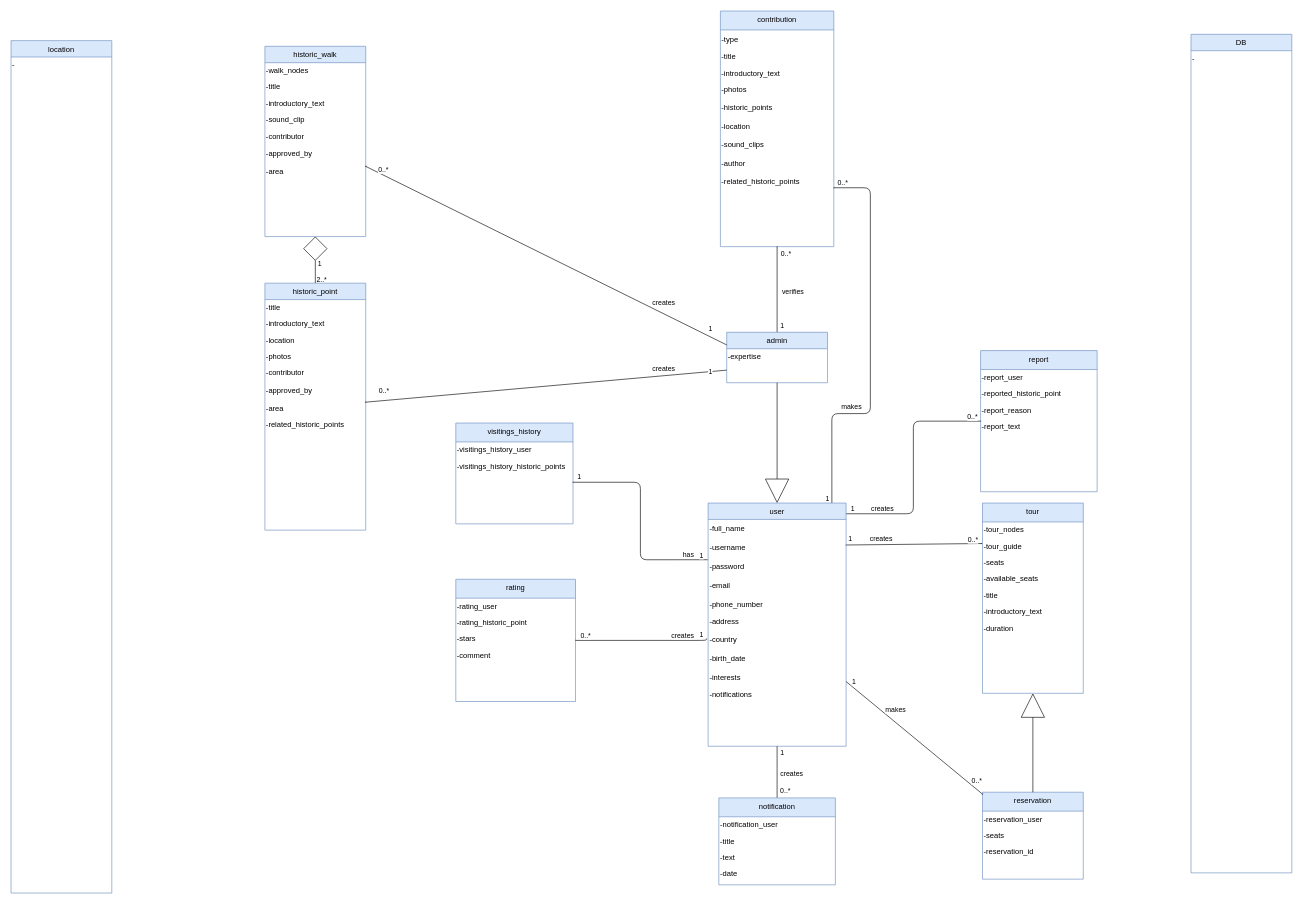
Before: NOTES/Domain Model.drawio in Nektar24/software-engineering, a draw.io diagram. Source tidied: cells renumbered, new cells numbered last; positions are measured from the earlier drawing's top-left corner, leaving out a move shared by most shapes. Both pictures are drawn from the tidied source at 63%, with x=0, y=0 at pixel (11, 11).
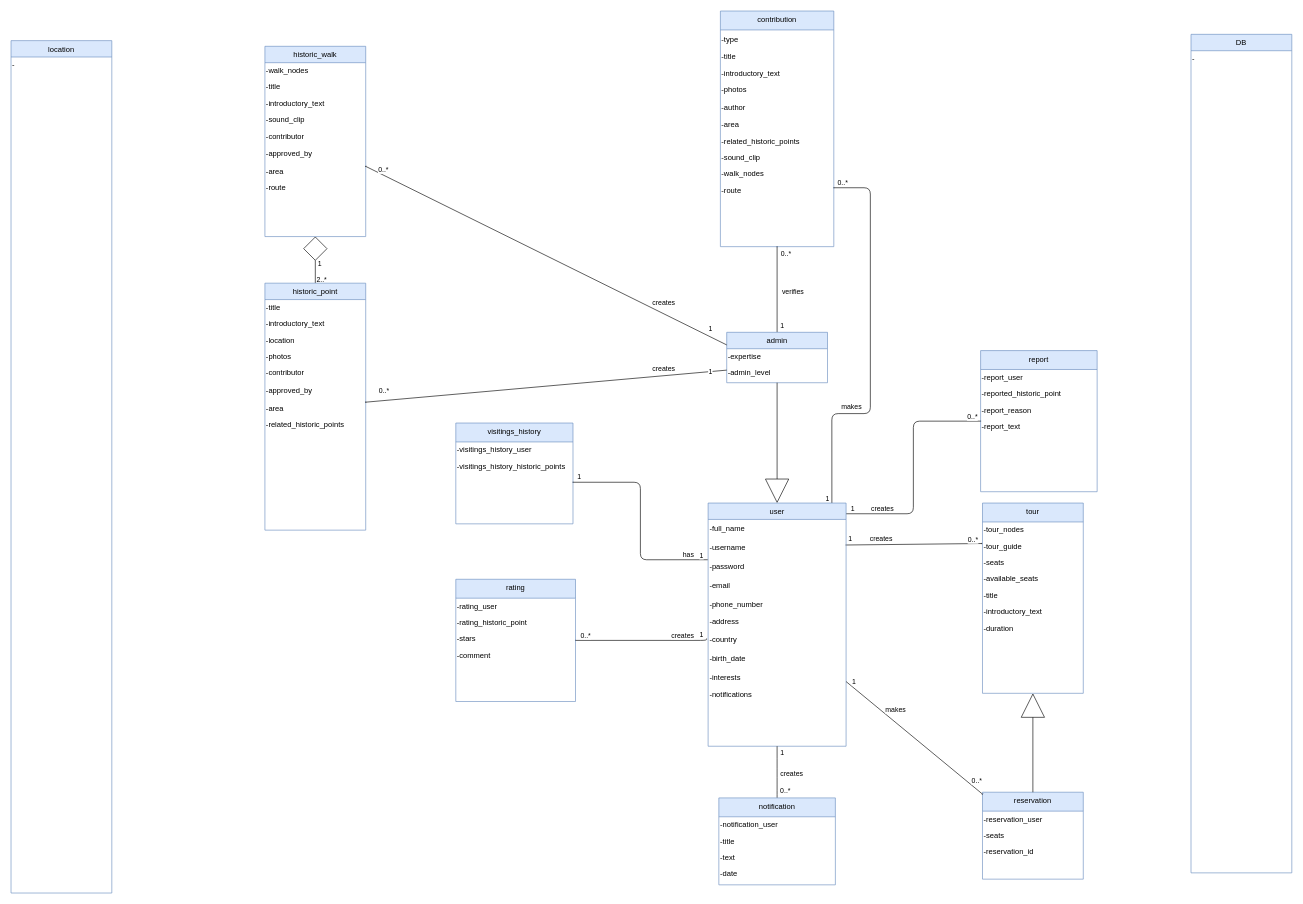
The same page after the edit.

Commit message (it also covers changes not shown here):
domain model changes

The change refers to these unchanged cells:
```xml
<mxCell id="26" value="admin" style="swimlane;fontStyle=0;align=center;verticalAlign=top;horizontal=1;startSize=26;rounded=0;shadow=0;strokeWidth=1;fillColor=#dae8fc;strokeColor=#6c8ebf;" parent="1" vertex="1">
  <mxGeometry x="1136" y="510" width="160" height="80" as="geometry" />
</mxCell>
<mxCell id="29" value="historic_walk" style="swimlane;fontStyle=0;align=center;verticalAlign=top;horizontal=1;startSize=26;rounded=0;shadow=0;strokeWidth=1;fillColor=#dae8fc;strokeColor=#6c8ebf;" parent="1" vertex="1">
  <mxGeometry x="403" y="56" width="160" height="302" as="geometry" />
</mxCell>
<mxCell id="86" value="contribution" style="swimlane;fontStyle=0;align=center;verticalAlign=top;horizontal=1;startSize=30;rounded=0;shadow=0;strokeWidth=1;fillColor=#dae8fc;strokeColor=#6c8ebf;" parent="1" vertex="1">
  <mxGeometry x="1126" width="180" height="374" as="geometry" />
</mxCell>
```

What changed in the source:
```diff
@@
+    <mxCell id="121" value="-admin_level" style="text;html=1;align=left;verticalAlign=middle;strokeColor=none;fillColor=none;" parent="26" vertex="1">
+      <mxGeometry y="52" width="160" height="26" as="geometry" />
+    </mxCell>
@@
+    <mxCell id="122" value="-route" style="text;html=1;align=left;verticalAlign=middle;strokeColor=none;fillColor=none;" parent="29" vertex="1">
+      <mxGeometry y="212" width="160" height="26" as="geometry" />
+    </mxCell>
@@
+    <mxCell id="94" value="-author" style="text;html=1;align=left;verticalAlign=middle;strokeColor=none;fillColor=none;" parent="86" vertex="1">
+      <mxGeometry y="138" width="180" height="30" as="geometry" />
+    </mxCell>
+    <mxCell id="123" value="-area" style="text;html=1;align=left;verticalAlign=middle;strokeColor=none;fillColor=none;" parent="86" vertex="1">
+      <mxGeometry y="168" width="180" height="26" as="geometry" />
+    </mxCell>
+    <mxCell id="95" value="-related_historic_points" style="text;html=1;align=left;verticalAlign=middle;strokeColor=none;fillColor=none;" parent="86" vertex="1">
+      <mxGeometry y="194" width="180" height="26" as="geometry" />
+    </mxCell>
+    <mxCell id="93" value="-sound_clip" style="text;html=1;align=left;verticalAlign=middle;strokeColor=none;fillColor=none;" parent="86" vertex="1">
+      <mxGeometry y="220" width="180" height="26" as="geometry" />
+    </mxCell>
-    <mxCell id="91" value="-historic_points" style="text;html=1;align=left;verticalAlign=middle;strokeColor=none;fillColor=none;" parent="86" vertex="1">
-      <mxGeometry y="138" width="180" height="30" as="geometry" />
+    <mxCell id="91" value="-walk_nodes" style="text;html=1;align=left;verticalAlign=middle;strokeColor=none;fillColor=none;" parent="86" vertex="1">
+      <mxGeometry y="246" width="180" height="26" as="geometry" />
     </mxCell>
-    <mxCell id="92" value="-location" style="text;html=1;align=left;verticalAlign=middle;strokeColor=none;fillColor=none;" parent="86" vertex="1">
-      <mxGeometry y="168" width="180" height="30" as="geometry" />
+    <mxCell id="92" value="-route" style="text;html=1;align=left;verticalAlign=middle;strokeColor=none;fillColor=none;" parent="86" vertex="1">
+      <mxGeometry y="272" width="180" height="26" as="geometry" />
     </mxCell>
-    <mxCell id="93" value="-sound_clips" style="text;html=1;align=left;verticalAlign=middle;strokeColor=none;fillColor=none;" parent="86" vertex="1">
-      <mxGeometry y="198" width="180" height="30" as="geometry" />
-    </mxCell>
-    <mxCell id="94" value="-author" style="text;html=1;align=left;verticalAlign=middle;strokeColor=none;fillColor=none;" parent="86" vertex="1">
-      <mxGeometry y="228" width="180" height="30" as="geometry" />
-    </mxCell>
-    <mxCell id="95" value="-related_historic_points" style="text;html=1;align=left;verticalAlign=middle;strokeColor=none;fillColor=none;" parent="86" vertex="1">
-      <mxGeometry y="258" width="180" height="26" as="geometry" />
-    </mxCell>
```
